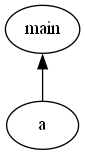
This is src/printer/images/Symbol.gv.png from KianBankeLarsen/Compiler, a Graphviz export, as it was before one commit. Its source is kept beside it as src/printer/images/Symbol.gv.
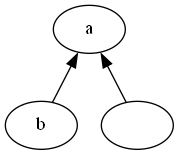
The same file after the commit.

What changed in the source:
```diff
@@ -1,6 +1,8 @@
 digraph Symbol {
 	graph [rankdir=BT]
-	0 [label=main]
-	1 [label=a]
+	0 [label=a]
+	1 [label=b]
 	1 -> 0
+	2 [label=""]
+	2 -> 0
 }
```
